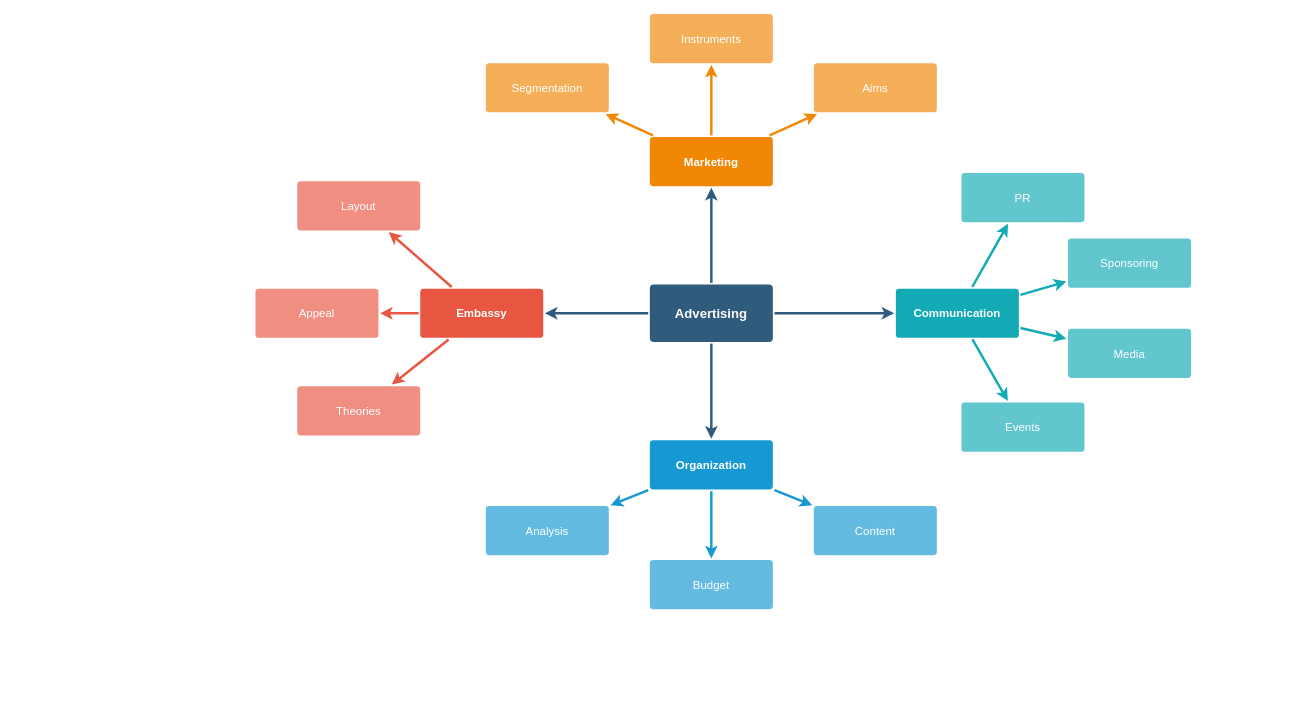
Earlier version of the draw.io diagram Mindmap_Lục_Thư.drawio (minh91a1/drawio). Source tidied: cells renumbered, new cells numbered last; positions are measured from the earlier drawing's top-left corner, leaving out a move shared by most shapes. Both pictures are drawn from the tidied source at 82%, with x=0, y=0 at pixel (255, 13).
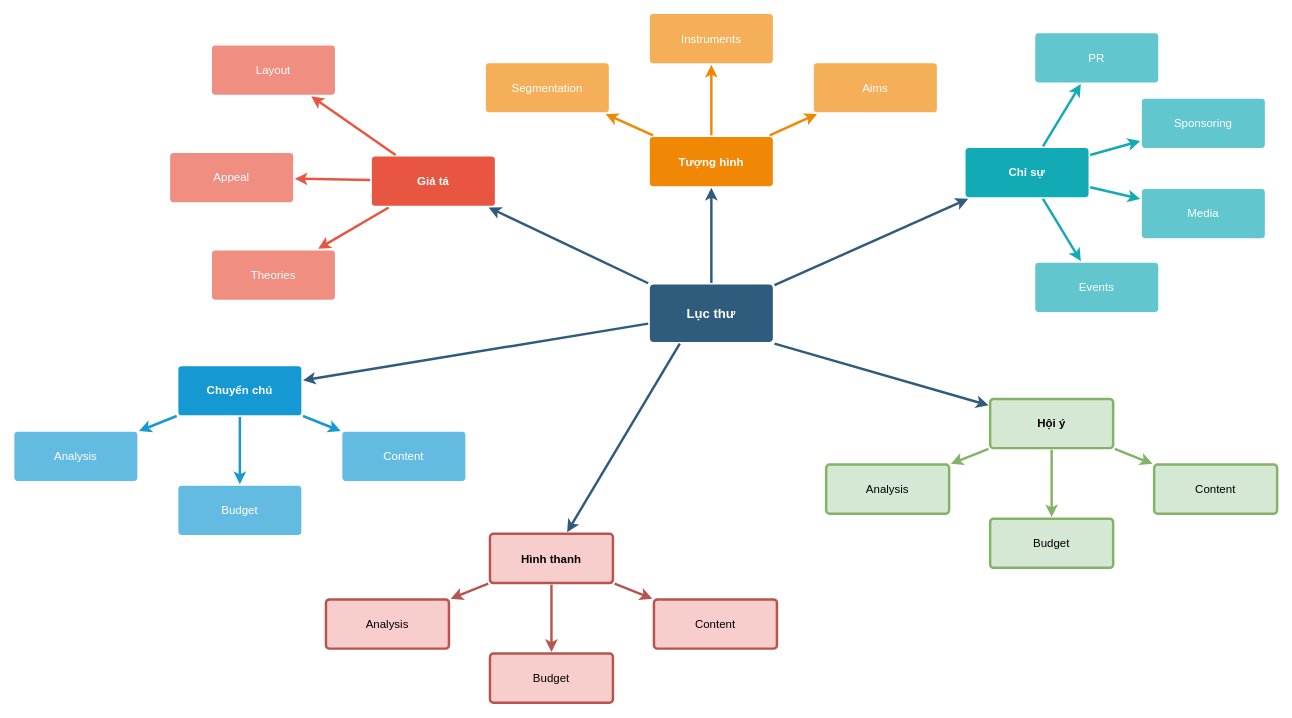
The same page after the edit.

Commit message:
Cập nhật Mindmap_Lục_Thư.drawio

The edit, as a diff of the source:
```diff
@@
-    <mxCell id="6" value="Advertising" style="rounded=1;whiteSpace=wrap;html=1;shadow=0;labelBackgroundColor=none;strokeColor=none;strokeWidth=3;fillColor=#2F5B7C;fontFamily=Helvetica;fontSize=16;fontColor=#FFFFFF;align=center;fontStyle=1;spacing=5;arcSize=7;perimeterSpacing=2;" parent="1" vertex="1">
+    <mxCell id="6" value="Lục thư" style="rounded=1;whiteSpace=wrap;html=1;shadow=0;labelBackgroundColor=none;strokeColor=none;strokeWidth=3;fillColor=#2F5B7C;fontFamily=Helvetica;fontSize=16;fontColor=#FFFFFF;align=center;fontStyle=1;spacing=5;arcSize=7;perimeterSpacing=2;" parent="1" vertex="1">
       <mxGeometry x="481" y="330.5" width="150" height="70" as="geometry" />
     </mxCell>
@@
-    <mxCell id="10" value="Embassy" style="rounded=1;whiteSpace=wrap;html=1;shadow=0;labelBackgroundColor=none;strokeColor=none;strokeWidth=3;fillColor=#e85642;fontFamily=Helvetica;fontSize=14;fontColor=#FFFFFF;align=center;spacing=5;fontStyle=1;arcSize=7;perimeterSpacing=2;" parent="1" vertex="1">
-      <mxGeometry x="201" y="335.5" width="150" height="60" as="geometry" />
+    <mxCell id="10" value="Giả tá" style="rounded=1;whiteSpace=wrap;html=1;shadow=0;labelBackgroundColor=none;strokeColor=none;strokeWidth=3;fillColor=#e85642;fontFamily=Helvetica;fontSize=14;fontColor=#FFFFFF;align=center;spacing=5;fontStyle=1;arcSize=7;perimeterSpacing=2;" parent="1" vertex="1">
+      <mxGeometry x="142" y="174.5" width="150" height="60" as="geometry" />
     </mxCell>
     <mxCell id="11" value="Theories" style="rounded=1;whiteSpace=wrap;html=1;shadow=0;labelBackgroundColor=none;strokeColor=none;strokeWidth=3;fillColor=#f08e81;fontFamily=Helvetica;fontSize=14;fontColor=#FFFFFF;align=center;spacing=5;fontStyle=0;arcSize=7;perimeterSpacing=2;" parent="1" vertex="1">
-      <mxGeometry x="51" y="454.5" width="150" height="60" as="geometry" />
+      <mxGeometry x="-53" y="289" width="150" height="60" as="geometry" />
     </mxCell>
     <mxCell id="12" value="Appeal" style="rounded=1;whiteSpace=wrap;html=1;shadow=0;labelBackgroundColor=none;strokeColor=none;strokeWidth=3;fillColor=#f08e81;fontFamily=Helvetica;fontSize=14;fontColor=#FFFFFF;align=center;spacing=5;fontStyle=0;arcSize=7;perimeterSpacing=2;" parent="1" vertex="1">
-      <mxGeometry y="335.5" width="150" height="60" as="geometry" />
+      <mxGeometry x="-104" y="170" width="150" height="60" as="geometry" />
     </mxCell>
     <mxCell id="13" value="Layout" style="rounded=1;whiteSpace=wrap;html=1;shadow=0;labelBackgroundColor=none;strokeColor=none;strokeWidth=3;fillColor=#f08e81;fontFamily=Helvetica;fontSize=14;fontColor=#FFFFFF;align=center;spacing=5;fontStyle=0;arcSize=7;perimeterSpacing=2;" parent="1" vertex="1">
-      <mxGeometry x="51" y="204.5" width="150" height="60" as="geometry" />
+      <mxGeometry x="-53" y="39" width="150" height="60" as="geometry" />
     </mxCell>
@@
-    <mxCell id="17" value="Organization" style="rounded=1;whiteSpace=wrap;html=1;shadow=0;labelBackgroundColor=none;strokeColor=none;strokeWidth=3;fillColor=#1699d3;fontFamily=Helvetica;fontSize=14;fontColor=#FFFFFF;align=center;spacing=5;fontStyle=1;arcSize=7;perimeterSpacing=2;" parent="1" vertex="1">
-      <mxGeometry x="481" y="520.5" width="150" height="60" as="geometry" />
+    <mxCell id="17" value="Chuyển chú" style="rounded=1;whiteSpace=wrap;html=1;shadow=0;labelBackgroundColor=none;strokeColor=none;strokeWidth=3;fillColor=#1699d3;fontFamily=Helvetica;fontSize=14;fontColor=#FFFFFF;align=center;spacing=5;fontStyle=1;arcSize=7;perimeterSpacing=2;" parent="1" vertex="1">
+      <mxGeometry x="-94" y="430" width="150" height="60" as="geometry" />
     </mxCell>
     <mxCell id="18" value="Content" style="rounded=1;whiteSpace=wrap;html=1;shadow=0;labelBackgroundColor=none;strokeColor=none;strokeWidth=3;fillColor=#64bbe2;fontFamily=Helvetica;fontSize=14;fontColor=#FFFFFF;align=center;spacing=5;arcSize=7;perimeterSpacing=2;" parent="1" vertex="1">
-      <mxGeometry x="681" y="600.5" width="150" height="60" as="geometry" />
+      <mxGeometry x="106" y="510" width="150" height="60" as="geometry" />
     </mxCell>
     <mxCell id="19" value="Budget" style="rounded=1;whiteSpace=wrap;html=1;shadow=0;labelBackgroundColor=none;strokeColor=none;strokeWidth=3;fillColor=#64bbe2;fontFamily=Helvetica;fontSize=14;fontColor=#FFFFFF;align=center;spacing=5;arcSize=7;perimeterSpacing=2;" parent="1" vertex="1">
-      <mxGeometry x="481" y="666.5" width="150" height="60" as="geometry" />
+      <mxGeometry x="-94" y="576" width="150" height="60" as="geometry" />
     </mxCell>
     <mxCell id="20" value="Analysis" style="rounded=1;whiteSpace=wrap;html=1;shadow=0;labelBackgroundColor=none;strokeColor=none;strokeWidth=3;fillColor=#64bbe2;fontFamily=Helvetica;fontSize=14;fontColor=#FFFFFF;align=center;spacing=5;arcSize=7;perimeterSpacing=2;" parent="1" vertex="1">
-      <mxGeometry x="281" y="600.5" width="150" height="60" as="geometry" />
+      <mxGeometry x="-294" y="510" width="150" height="60" as="geometry" />
     </mxCell>
-    <mxCell id="21" value="Marketing" style="rounded=1;whiteSpace=wrap;html=1;shadow=0;labelBackgroundColor=none;strokeColor=none;strokeWidth=3;fillColor=#F08705;fontFamily=Helvetica;fontSize=14;fontColor=#FFFFFF;align=center;spacing=5;fontStyle=1;arcSize=7;perimeterSpacing=2;" parent="1" vertex="1">
+    <mxCell id="21" value="Tượng hình" style="rounded=1;whiteSpace=wrap;html=1;shadow=0;labelBackgroundColor=none;strokeColor=none;strokeWidth=3;fillColor=#F08705;fontFamily=Helvetica;fontSize=14;fontColor=#FFFFFF;align=center;spacing=5;fontStyle=1;arcSize=7;perimeterSpacing=2;" parent="1" vertex="1">
       <mxGeometry x="481" y="150.5" width="150" height="60" as="geometry" />
     </mxCell>
@@
-    <mxCell id="28" value="Communication" style="rounded=1;whiteSpace=wrap;html=1;shadow=0;labelBackgroundColor=none;strokeColor=none;strokeWidth=3;fillColor=#12aab5;fontFamily=Helvetica;fontSize=14;fontColor=#FFFFFF;align=center;spacing=5;fontStyle=1;arcSize=7;perimeterSpacing=2;" parent="1" vertex="1">
-      <mxGeometry x="781" y="335.5" width="150" height="60" as="geometry" />
+    <mxCell id="28" value="Chỉ sự" style="rounded=1;whiteSpace=wrap;html=1;shadow=0;labelBackgroundColor=none;strokeColor=none;strokeWidth=3;fillColor=#12aab5;fontFamily=Helvetica;fontSize=14;fontColor=#FFFFFF;align=center;spacing=5;fontStyle=1;arcSize=7;perimeterSpacing=2;" parent="1" vertex="1">
+      <mxGeometry x="866" y="164" width="150" height="60" as="geometry" />
     </mxCell>
     <mxCell id="29" value="Events" style="rounded=1;whiteSpace=wrap;html=1;shadow=0;labelBackgroundColor=none;strokeColor=none;strokeWidth=3;fillColor=#61c6ce;fontFamily=Helvetica;fontSize=14;fontColor=#FFFFFF;align=center;spacing=5;fontStyle=0;arcSize=7;perimeterSpacing=2;" parent="1" vertex="1">
-      <mxGeometry x="861" y="474.5" width="150" height="60" as="geometry" />
+      <mxGeometry x="951" y="304" width="150" height="60" as="geometry" />
     </mxCell>
@@
     <mxCell id="31" value="Media" style="rounded=1;whiteSpace=wrap;html=1;shadow=0;labelBackgroundColor=none;strokeColor=none;strokeWidth=3;fillColor=#61c6ce;fontFamily=Helvetica;fontSize=14;fontColor=#FFFFFF;align=center;spacing=5;fontStyle=0;arcSize=7;perimeterSpacing=2;" parent="1" vertex="1">
-      <mxGeometry x="991" y="384.5" width="150" height="60" as="geometry" />
+      <mxGeometry x="1081" y="214" width="150" height="60" as="geometry" />
     </mxCell>
@@
     <mxCell id="33" value="Sponsoring" style="rounded=1;whiteSpace=wrap;html=1;shadow=0;labelBackgroundColor=none;strokeColor=none;strokeWidth=3;fillColor=#61c6ce;fontFamily=Helvetica;fontSize=14;fontColor=#FFFFFF;align=center;spacing=5;fontStyle=0;arcSize=7;perimeterSpacing=2;" parent="1" vertex="1">
-      <mxGeometry x="991" y="274.5" width="150" height="60" as="geometry" />
+      <mxGeometry x="1081" y="104" width="150" height="60" as="geometry" />
     </mxCell>
@@
     <mxCell id="35" value="PR" style="rounded=1;whiteSpace=wrap;html=1;shadow=0;labelBackgroundColor=none;strokeColor=none;strokeWidth=3;fillColor=#61c6ce;fontFamily=Helvetica;fontSize=14;fontColor=#FFFFFF;align=center;spacing=5;fontStyle=0;arcSize=7;perimeterSpacing=2;" parent="1" vertex="1">
-      <mxGeometry x="861" y="194.5" width="150" height="60" as="geometry" />
+      <mxGeometry x="951" y="24" width="150" height="60" as="geometry" />
     </mxCell>
@@
+    <mxCell id="37" style="edgeStyle=none;rounded=0;jumpStyle=none;html=1;shadow=0;labelBackgroundColor=none;startArrow=none;startFill=0;endArrow=classic;endFill=1;jettySize=auto;strokeColor=#2F5B7C;strokeWidth=3;fontFamily=Helvetica;fontSize=16;fontColor=#23445D;spacing=5;exitX=0.25;exitY=1;exitDx=0;exitDy=0;" parent="1" edge="1" source="6" target="41">
+      <mxGeometry relative="1" as="geometry" />
+    </mxCell>
+    <mxCell id="38" style="edgeStyle=none;rounded=0;jumpStyle=none;html=1;shadow=0;labelBackgroundColor=none;startArrow=none;startFill=0;endArrow=classic;endFill=1;jettySize=auto;strokeColor=#b85450;strokeWidth=3;fontFamily=Helvetica;fontSize=14;fontColor=#FFFFFF;spacing=5;fillColor=#f8cecc;" parent="1" edge="1" source="41" target="44">
+      <mxGeometry relative="1" as="geometry" />
+    </mxCell>
+    <mxCell id="39" style="edgeStyle=none;rounded=0;jumpStyle=none;html=1;shadow=0;labelBackgroundColor=none;startArrow=none;startFill=0;endArrow=classic;endFill=1;jettySize=auto;strokeColor=#b85450;strokeWidth=3;fontFamily=Helvetica;fontSize=14;fontColor=#FFFFFF;spacing=5;fillColor=#f8cecc;" parent="1" edge="1" source="41" target="43">
+      <mxGeometry relative="1" as="geometry" />
+    </mxCell>
+    <mxCell id="40" style="edgeStyle=none;rounded=0;jumpStyle=none;html=1;shadow=0;labelBackgroundColor=none;startArrow=none;startFill=0;endArrow=classic;endFill=1;jettySize=auto;strokeColor=#b85450;strokeWidth=3;fontFamily=Helvetica;fontSize=14;fontColor=#FFFFFF;spacing=5;fillColor=#f8cecc;" parent="1" edge="1" source="41" target="42">
+      <mxGeometry relative="1" as="geometry" />
+    </mxCell>
+    <mxCell id="41" value="Hình thanh" style="rounded=1;whiteSpace=wrap;html=1;shadow=0;labelBackgroundColor=none;strokeColor=#b85450;strokeWidth=3;fillColor=#f8cecc;fontFamily=Helvetica;fontSize=14;align=center;spacing=5;fontStyle=1;arcSize=7;perimeterSpacing=2;" parent="1" vertex="1">
+      <mxGeometry x="286" y="634.5" width="150" height="60" as="geometry" />
+    </mxCell>
+    <mxCell id="42" value="Content" style="rounded=1;whiteSpace=wrap;html=1;shadow=0;labelBackgroundColor=none;strokeColor=#b85450;strokeWidth=3;fillColor=#f8cecc;fontFamily=Helvetica;fontSize=14;align=center;spacing=5;arcSize=7;perimeterSpacing=2;" parent="1" vertex="1">
+      <mxGeometry x="486" y="714.5" width="150" height="60" as="geometry" />
+    </mxCell>
+    <mxCell id="43" value="Budget" style="rounded=1;whiteSpace=wrap;html=1;shadow=0;labelBackgroundColor=none;strokeColor=#b85450;strokeWidth=3;fillColor=#f8cecc;fontFamily=Helvetica;fontSize=14;align=center;spacing=5;arcSize=7;perimeterSpacing=2;" parent="1" vertex="1">
+      <mxGeometry x="286" y="780.5" width="150" height="60" as="geometry" />
+    </mxCell>
+    <mxCell id="44" value="Analysis" style="rounded=1;whiteSpace=wrap;html=1;shadow=0;labelBackgroundColor=none;strokeColor=#b85450;strokeWidth=3;fillColor=#f8cecc;fontFamily=Helvetica;fontSize=14;align=center;spacing=5;arcSize=7;perimeterSpacing=2;" parent="1" vertex="1">
+      <mxGeometry x="86" y="714.5" width="150" height="60" as="geometry" />
+    </mxCell>
+    <mxCell id="45" style="edgeStyle=none;rounded=0;jumpStyle=none;html=1;shadow=0;labelBackgroundColor=none;startArrow=none;startFill=0;endArrow=classic;endFill=1;jettySize=auto;strokeColor=#2F5B7C;strokeWidth=3;fontFamily=Helvetica;fontSize=16;fontColor=#23445D;spacing=5;exitX=1;exitY=1;exitDx=0;exitDy=0;" parent="1" edge="1" source="6" target="49">
+      <mxGeometry relative="1" as="geometry" />
+    </mxCell>
+    <mxCell id="46" style="edgeStyle=none;rounded=0;jumpStyle=none;html=1;shadow=0;labelBackgroundColor=none;startArrow=none;startFill=0;endArrow=classic;endFill=1;jettySize=auto;strokeColor=#82b366;strokeWidth=3;fontFamily=Helvetica;fontSize=14;fontColor=#FFFFFF;spacing=5;fillColor=#d5e8d4;" parent="1" edge="1" source="49" target="52">
+      <mxGeometry relative="1" as="geometry" />
+    </mxCell>
+    <mxCell id="47" style="edgeStyle=none;rounded=0;jumpStyle=none;html=1;shadow=0;labelBackgroundColor=none;startArrow=none;startFill=0;endArrow=classic;endFill=1;jettySize=auto;strokeColor=#82b366;strokeWidth=3;fontFamily=Helvetica;fontSize=14;fontColor=#FFFFFF;spacing=5;fillColor=#d5e8d4;" parent="1" edge="1" source="49" target="51">
+      <mxGeometry relative="1" as="geometry" />
+    </mxCell>
+    <mxCell id="48" style="edgeStyle=none;rounded=0;jumpStyle=none;html=1;shadow=0;labelBackgroundColor=none;startArrow=none;startFill=0;endArrow=classic;endFill=1;jettySize=auto;strokeColor=#82b366;strokeWidth=3;fontFamily=Helvetica;fontSize=14;fontColor=#FFFFFF;spacing=5;fillColor=#d5e8d4;" parent="1" edge="1" source="49" target="50">
+      <mxGeometry relative="1" as="geometry" />
+    </mxCell>
+    <mxCell id="49" value="Hội ý" style="rounded=1;whiteSpace=wrap;html=1;shadow=0;labelBackgroundColor=none;strokeColor=#82b366;strokeWidth=3;fillColor=#d5e8d4;fontFamily=Helvetica;fontSize=14;align=center;spacing=5;fontStyle=1;arcSize=7;perimeterSpacing=2;" parent="1" vertex="1">
+      <mxGeometry x="896" y="470" width="150" height="60" as="geometry" />
+    </mxCell>
+    <mxCell id="50" value="Content" style="rounded=1;whiteSpace=wrap;html=1;shadow=0;labelBackgroundColor=none;strokeColor=#82b366;strokeWidth=3;fillColor=#d5e8d4;fontFamily=Helvetica;fontSize=14;align=center;spacing=5;arcSize=7;perimeterSpacing=2;" parent="1" vertex="1">
+      <mxGeometry x="1096" y="550" width="150" height="60" as="geometry" />
+    </mxCell>
+    <mxCell id="51" value="Budget" style="rounded=1;whiteSpace=wrap;html=1;shadow=0;labelBackgroundColor=none;strokeColor=#82b366;strokeWidth=3;fillColor=#d5e8d4;fontFamily=Helvetica;fontSize=14;align=center;spacing=5;arcSize=7;perimeterSpacing=2;" parent="1" vertex="1">
+      <mxGeometry x="896" y="616" width="150" height="60" as="geometry" />
+    </mxCell>
+    <mxCell id="52" value="Analysis" style="rounded=1;whiteSpace=wrap;html=1;shadow=0;labelBackgroundColor=none;strokeColor=#82b366;strokeWidth=3;fillColor=#d5e8d4;fontFamily=Helvetica;fontSize=14;align=center;spacing=5;arcSize=7;perimeterSpacing=2;" parent="1" vertex="1">
+      <mxGeometry x="696" y="550" width="150" height="60" as="geometry" />
+    </mxCell>
```
